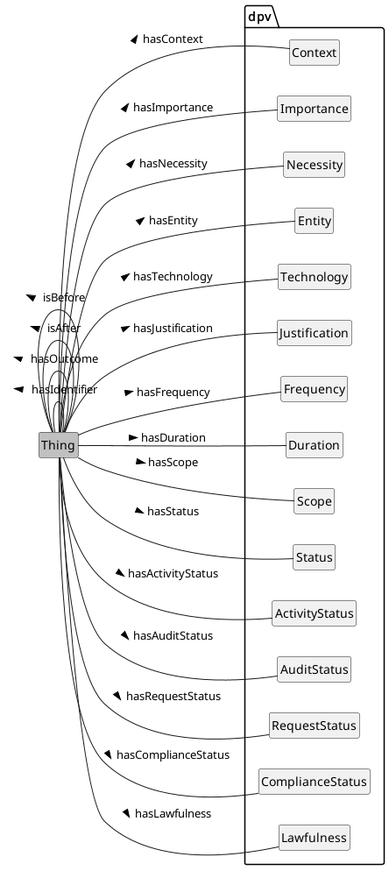
Earlier version of the PlantUML export media/Context.png (jeswr/dpv).
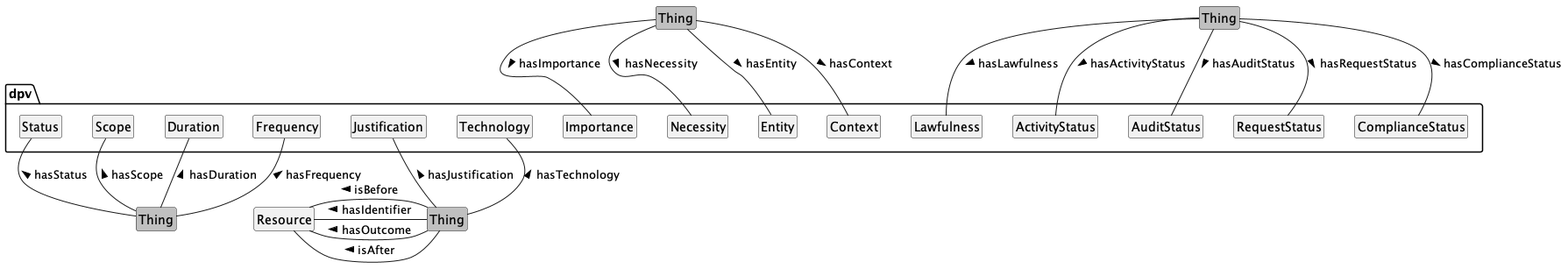
After the change.

Diff of the diagram source:
```diff
@@ -1,8 +1,12 @@
 @startuml
 !include style.plantuml
-left to right direction
+top to bottom direction
 
-class Thing #silver
+class "Thing" as Thing1 #silver
+class "Thing" as Thing2 #silver
+class "Thing" as Thing3 #silver
+class "Thing" as Thing4 #silver
+
 package dpv {
 	class Context
 	class Importance
@@ -21,25 +25,25 @@
 	class Lawfulness
 }
 
-Thing -- Context: hasContext >
-Thing -- Importance: hasImportance >
-Thing -- Necessity: hasNecessity >
-Thing -- Entity: hasEntity >
-Thing -- Technology: hasTechnology >
-Thing -- Justification: hasJustification >
-Thing -- Frequency: hasFrequency >
-Thing -- Duration: hasDuration >
-Thing -- Scope: hasScope >
-Thing -- Status: hasStatus >
-Thing -- ActivityStatus: hasActivityStatus >
-Thing -- AuditStatus: hasAuditStatus >
-Thing -- RequestStatus: hasRequestStatus >
-Thing -- ComplianceStatus: hasComplianceStatus >
-Thing -- Lawfulness: hasLawfulness >
+Thing1 -d- Context: hasContext >
+Thing1 -d- Importance: hasImportance >
+Thing1 -d- Necessity: hasNecessity >
+Thing1 -d- Entity: hasEntity >
+Thing2 -u- Technology: hasTechnology >
+Thing2 -u- Justification: hasJustification >
+Thing3 -u- Frequency: hasFrequency >
+Thing3 -u- Duration: hasDuration >
+Thing3 -u- Scope: hasScope >
+Thing3 -u- Status: hasStatus >
+Thing4 -d- ActivityStatus: hasActivityStatus >
+Thing4 -d- AuditStatus: hasAuditStatus >
+Thing4 -d- RequestStatus: hasRequestStatus >
+Thing4 -d- ComplianceStatus: hasComplianceStatus >
+Thing4 -d- Lawfulness: hasLawfulness >
 
-Thing --- Thing: hasIdentifier >
-Thing --- Thing: hasOutcome >
-Thing --- Thing: isAfter >
-Thing --- Thing: isBefore >
+Thing2 -r- Resource: hasIdentifier >
+Thing2 -r- Resource: hasOutcome >
+Thing2 -l- Resource: isAfter >
+Thing2 -l- Resource: isBefore >
 
 @enduml
```
